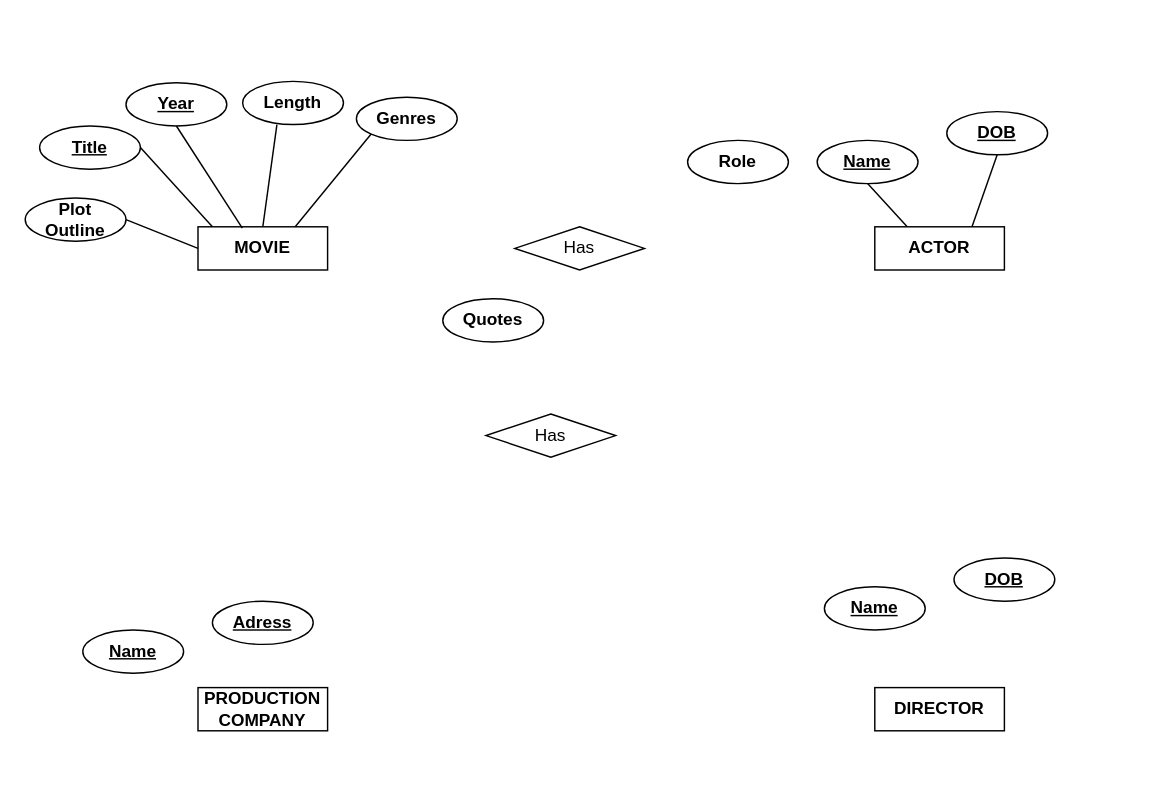
Before: EX2.drawio in kieuvantuyen01/testGit, a draw.io diagram. Source tidied: cells renumbered, new cells numbered last; positions are measured from the earlier drawing's top-left corner, leaving out a move shared by most shapes. Both pictures are drawn from the tidied source at 144%, with x=0, y=0 at pixel (24, 81).
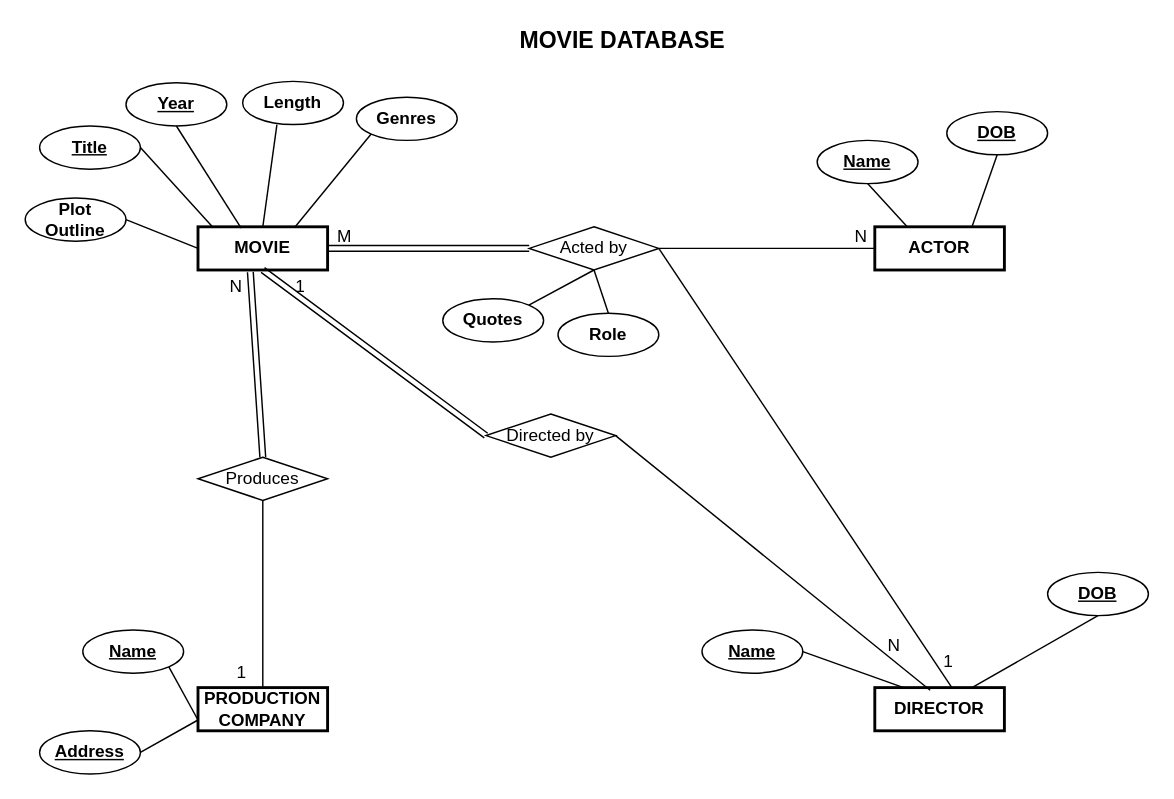
The same page after the edit.

The change refers to these unchanged cells:
```xml
<mxCell id="7" value="Year" style="ellipse;whiteSpace=wrap;html=1;align=center;fontStyle=5;" parent="1" vertex="1">
  <mxGeometry x="70" y="1" width="70" height="30" as="geometry" />
</mxCell>
<mxCell id="11" value="Quotes" style="ellipse;whiteSpace=wrap;html=1;align=center;fontStyle=1;" parent="1" vertex="1">
  <mxGeometry x="290" y="151" width="70" height="30" as="geometry" />
</mxCell>
<mxCell id="17" value="Name" style="ellipse;whiteSpace=wrap;html=1;align=center;fontStyle=5;" parent="1" vertex="1">
  <mxGeometry x="40" y="381" width="70" height="30" as="geometry" />
</mxCell>
```

Change to the diagram source:
```diff
@@
-    <mxCell id="2" value="MOVIE" style="whiteSpace=wrap;html=1;align=center;fontStyle=1;" parent="1" vertex="1">
+    <mxCell id="2" value="MOVIE" style="whiteSpace=wrap;html=1;align=center;fontStyle=1;strokeWidth=2;" parent="1" vertex="1">
       <mxGeometry x="120" y="101" width="90" height="30" as="geometry" />
     </mxCell>
-    <mxCell id="3" value="PRODUCTION&lt;br&gt;COMPANY" style="whiteSpace=wrap;html=1;align=center;fontStyle=1;" parent="1" vertex="1">
+    <mxCell id="3" value="PRODUCTION&lt;br&gt;COMPANY" style="whiteSpace=wrap;html=1;align=center;fontStyle=1;strokeWidth=2;" parent="1" vertex="1">
       <mxGeometry x="120" y="421" width="90" height="30" as="geometry" />
     </mxCell>
-    <mxCell id="4" value="DIRECTOR" style="whiteSpace=wrap;html=1;align=center;fontStyle=1;" parent="1" vertex="1">
+    <mxCell id="4" value="DIRECTOR" style="whiteSpace=wrap;html=1;align=center;fontStyle=1;strokeWidth=2;" parent="1" vertex="1">
       <mxGeometry x="590" y="421" width="90" height="30" as="geometry" />
     </mxCell>
-    <mxCell id="5" value="ACTOR" style="whiteSpace=wrap;html=1;align=center;fontStyle=1;" parent="1" vertex="1">
+    <mxCell id="5" value="ACTOR" style="whiteSpace=wrap;html=1;align=center;fontStyle=1;strokeWidth=2;" parent="1" vertex="1">
       <mxGeometry x="590" y="101" width="90" height="30" as="geometry" />
     </mxCell>
@@
     <mxCell id="14" value="Role" style="ellipse;whiteSpace=wrap;html=1;align=center;fontStyle=1;" parent="1" vertex="1">
-      <mxGeometry x="460" y="41" width="70" height="30" as="geometry" />
+      <mxGeometry x="370" y="161" width="70" height="30" as="geometry" />
     </mxCell>
     <mxCell id="15" value="Name" style="ellipse;whiteSpace=wrap;html=1;align=center;fontStyle=5;" parent="1" vertex="1">
-      <mxGeometry x="555" y="351" width="70" height="30" as="geometry" />
+      <mxGeometry x="470" y="381" width="70" height="30" as="geometry" />
     </mxCell>
     <mxCell id="16" value="DOB" style="ellipse;whiteSpace=wrap;html=1;align=center;fontStyle=5;" parent="1" vertex="1">
-      <mxGeometry x="645" y="331" width="70" height="30" as="geometry" />
+      <mxGeometry x="710" y="341" width="70" height="30" as="geometry" />
     </mxCell>
@@
-    <mxCell id="18" value="Adress" style="ellipse;whiteSpace=wrap;html=1;align=center;fontStyle=5;" parent="1" vertex="1">
-      <mxGeometry x="130" y="361" width="70" height="30" as="geometry" />
+    <mxCell id="18" value="Address" style="ellipse;whiteSpace=wrap;html=1;align=center;fontStyle=5;" parent="1" vertex="1">
+      <mxGeometry x="10" y="451" width="70" height="30" as="geometry" />
     </mxCell>
-    <mxCell id="19" value="Has" style="shape=rhombus;perimeter=rhombusPerimeter;whiteSpace=wrap;html=1;align=center;" parent="1" vertex="1">
-      <mxGeometry x="340" y="101" width="90" height="30" as="geometry" />
+    <mxCell id="19" value="Acted by" style="shape=rhombus;perimeter=rhombusPerimeter;whiteSpace=wrap;html=1;align=center;" parent="1" vertex="1">
+      <mxGeometry x="350" y="101" width="90" height="30" as="geometry" />
     </mxCell>
-    <mxCell id="20" value="Has" style="shape=rhombus;perimeter=rhombusPerimeter;whiteSpace=wrap;html=1;align=center;" parent="1" vertex="1">
+    <mxCell id="20" value="Directed by" style="shape=rhombus;perimeter=rhombusPerimeter;whiteSpace=wrap;html=1;align=center;" parent="1" vertex="1">
       <mxGeometry x="320" y="231" width="90" height="30" as="geometry" />
     </mxCell>
@@
-    <mxCell id="23" style="endArrow=none;html=1;rounded=0;exitX=0.342;exitY=0.033;exitDx=0;exitDy=0;entryX=0.5;entryY=1;entryDx=0;entryDy=0;exitPerimeter=0;" parent="1" edge="1" source="2" target="7">
+    <mxCell id="23" style="endArrow=none;html=1;rounded=0;entryX=0.5;entryY=1;entryDx=0;entryDy=0;exitX=0.333;exitY=0.033;exitDx=0;exitDy=0;exitPerimeter=0;" parent="1" edge="1" source="2" target="7">
       <mxGeometry relative="1" as="geometry" />
     </mxCell>
@@
+    <mxCell id="28" style="shape=link;html=1;rounded=0;exitX=1;exitY=0.5;exitDx=0;exitDy=0;entryX=0;entryY=0.5;entryDx=0;entryDy=0;" parent="1" edge="1" source="2" target="19">
+      <mxGeometry relative="1" as="geometry" />
+    </mxCell>
+    <mxCell id="29" value="M" style="html=1;align=left;verticalAlign=bottom;" parent="28" vertex="1">
+      <mxGeometry x="-1" relative="1" as="geometry">
+        <mxPoint x="5" as="offset" />
+      </mxGeometry>
+    </mxCell>
+    <mxCell id="30" style="shape=link;html=1;rounded=0;exitX=0.5;exitY=1;exitDx=0;exitDy=0;entryX=0;entryY=0.5;entryDx=0;entryDy=0;" parent="1" edge="1" source="2" target="20">
+      <mxGeometry relative="1" as="geometry" />
+    </mxCell>
+    <mxCell id="31" value="1" style="html=1;align=left;verticalAlign=bottom;" parent="30" vertex="1">
+      <mxGeometry x="-1" relative="1" as="geometry">
+        <mxPoint x="21" y="20" as="offset" />
+      </mxGeometry>
+    </mxCell>
+    <mxCell id="32" style="endArrow=none;html=1;rounded=0;exitX=1;exitY=0.5;exitDx=0;exitDy=0;entryX=0;entryY=0.5;entryDx=0;entryDy=0;" parent="1" edge="1" source="19" target="5">
+      <mxGeometry relative="1" as="geometry" />
+    </mxCell>
+    <mxCell id="33" value="N" style="html=1;align=right;verticalAlign=bottom;" parent="32" vertex="1">
+      <mxGeometry x="1" relative="1" as="geometry">
+        <mxPoint x="-5" as="offset" />
+      </mxGeometry>
+    </mxCell>
+    <mxCell id="34" style="endArrow=none;html=1;rounded=0;exitX=1;exitY=0.5;exitDx=0;exitDy=0;entryX=0.427;entryY=0.06;entryDx=0;entryDy=0;entryPerimeter=0;" parent="1" edge="1" source="20" target="4">
+      <mxGeometry relative="1" as="geometry" />
+    </mxCell>
+    <mxCell id="35" value="N" style="html=1;align=right;verticalAlign=bottom;" parent="34" vertex="1">
+      <mxGeometry x="1" relative="1" as="geometry">
+        <mxPoint x="-20.2" y="-23.2" as="offset" />
+      </mxGeometry>
+    </mxCell>
+    <mxCell id="36" style="endArrow=none;html=1;rounded=0;exitX=1;exitY=0;exitDx=0;exitDy=0;entryX=0.5;entryY=1;entryDx=0;entryDy=0;" parent="1" edge="1" source="11" target="19">
+      <mxGeometry relative="1" as="geometry" />
+    </mxCell>
+    <mxCell id="37" style="endArrow=none;html=1;rounded=0;exitX=0.5;exitY=0;exitDx=0;exitDy=0;entryX=0.5;entryY=1;entryDx=0;entryDy=0;" parent="1" edge="1" source="14" target="19">
+      <mxGeometry relative="1" as="geometry" />
+    </mxCell>
+    <mxCell id="38" style="endArrow=none;html=1;rounded=0;exitX=1;exitY=0.5;exitDx=0;exitDy=0;" parent="1" edge="1" source="15">
+      <mxGeometry relative="1" as="geometry">
+        <mxPoint x="610" y="421" as="targetPoint" />
+      </mxGeometry>
+    </mxCell>
+    <mxCell id="39" style="endArrow=none;html=1;rounded=0;exitX=0.5;exitY=1;exitDx=0;exitDy=0;entryX=0.75;entryY=0;entryDx=0;entryDy=0;" parent="1" edge="1" source="16" target="4">
+      <mxGeometry relative="1" as="geometry" />
+    </mxCell>
+    <mxCell id="40" style="endArrow=none;html=1;rounded=0;exitX=1;exitY=1;exitDx=0;exitDy=0;entryX=0;entryY=0.75;entryDx=0;entryDy=0;" parent="1" edge="1" source="17" target="3">
+      <mxGeometry relative="1" as="geometry" />
+    </mxCell>
+    <mxCell id="41" style="endArrow=none;html=1;rounded=0;exitX=1;exitY=0.5;exitDx=0;exitDy=0;entryX=0;entryY=0.75;entryDx=0;entryDy=0;" parent="1" edge="1" source="18" target="3">
+      <mxGeometry relative="1" as="geometry" />
+    </mxCell>
+    <mxCell id="42" value="Produces" style="shape=rhombus;perimeter=rhombusPerimeter;whiteSpace=wrap;html=1;align=center;" parent="1" vertex="1">
+      <mxGeometry x="120" y="261" width="90" height="30" as="geometry" />
+    </mxCell>
+    <mxCell id="43" style="shape=link;html=1;rounded=0;exitX=0.5;exitY=0;exitDx=0;exitDy=0;entryX=0.404;entryY=1.047;entryDx=0;entryDy=0;entryPerimeter=0;" parent="1" edge="1" source="42" target="2">
+      <mxGeometry relative="1" as="geometry" />
+    </mxCell>
+    <mxCell id="44" value="N" style="html=1;align=right;verticalAlign=bottom;" parent="43" vertex="1">
+      <mxGeometry x="1" relative="1" as="geometry">
+        <mxPoint x="-5.3" y="18.7" as="offset" />
+      </mxGeometry>
+    </mxCell>
+    <mxCell id="45" style="endArrow=none;html=1;rounded=0;exitX=0.5;exitY=1;exitDx=0;exitDy=0;entryX=0.5;entryY=0;entryDx=0;entryDy=0;" parent="1" edge="1" source="42" target="3">
+      <mxGeometry relative="1" as="geometry" />
+    </mxCell>
+    <mxCell id="46" value="1" style="html=1;align=right;verticalAlign=bottom;" parent="45" vertex="1">
+      <mxGeometry x="1" relative="1" as="geometry">
+        <mxPoint x="-11" y="-2" as="offset" />
+      </mxGeometry>
+    </mxCell>
+    <mxCell id="47" style="endArrow=none;html=1;rounded=0;entryX=0.596;entryY=0.007;entryDx=0;entryDy=0;exitX=1;exitY=0.5;exitDx=0;exitDy=0;entryPerimeter=0;" parent="1" edge="1" source="19" target="4">
+      <mxGeometry relative="1" as="geometry" />
+    </mxCell>
+    <mxCell id="48" value="1" style="html=1;align=left;verticalAlign=bottom;" parent="1" vertex="1">
+      <mxGeometry x="190" y="164" as="geometry">
+        <mxPoint x="446" y="247" as="offset" />
+      </mxGeometry>
+    </mxCell>
+    <mxCell id="49" value="&lt;b style=&quot;font-size: 16px;&quot;&gt;MOVIE DATABASE&lt;/b&gt;" style="text;html=1;strokeColor=none;fillColor=none;align=center;verticalAlign=middle;whiteSpace=wrap;rounded=0;fontSize=16;" parent="1" vertex="1">
+      <mxGeometry x="340" y="-39" width="150" height="20" as="geometry" />
+    </mxCell>
```
